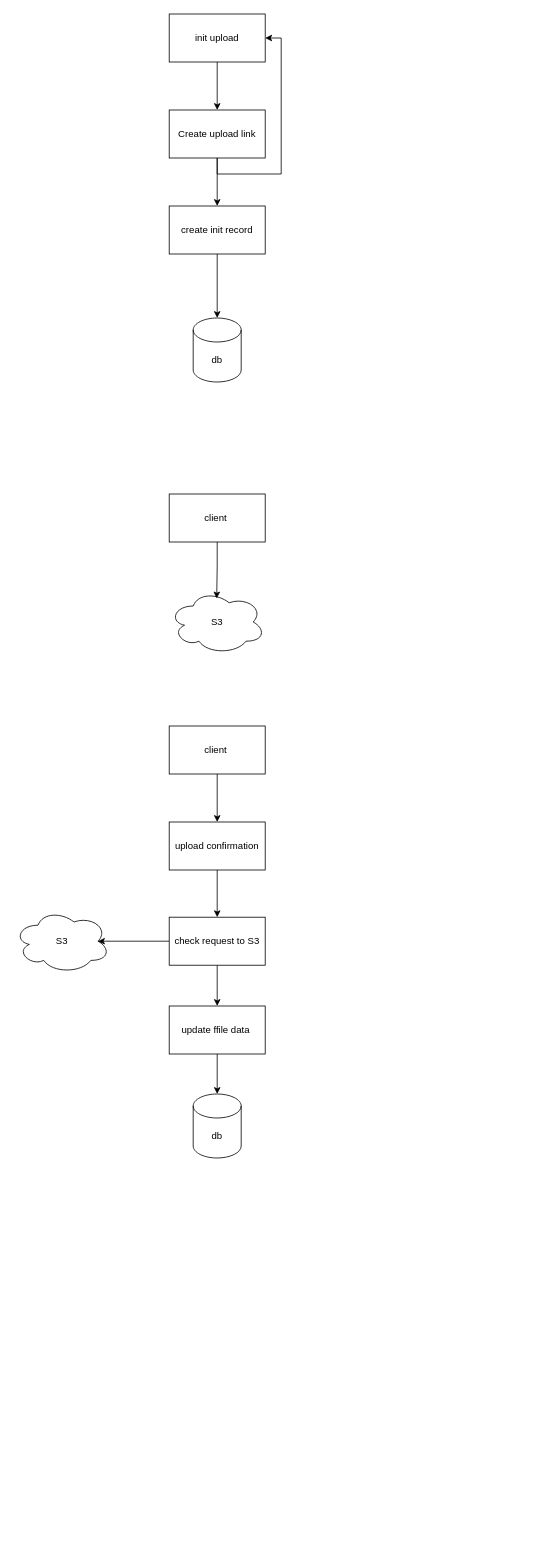
arturious9090/pet-project-Saas-hosting keeps this draw.io diagram as page "Сторінка-2" (2 of 2) of Діаграма без назви.drawio. Above is the earlier version. Source tidied: cells renumbered, new cells numbered last; positions are measured from the earlier drawing's top-left corner, leaving out a move shared by most shapes. Both pictures are drawn from the tidied source at 80%, with x=0, y=0 at pixel (14, 14).
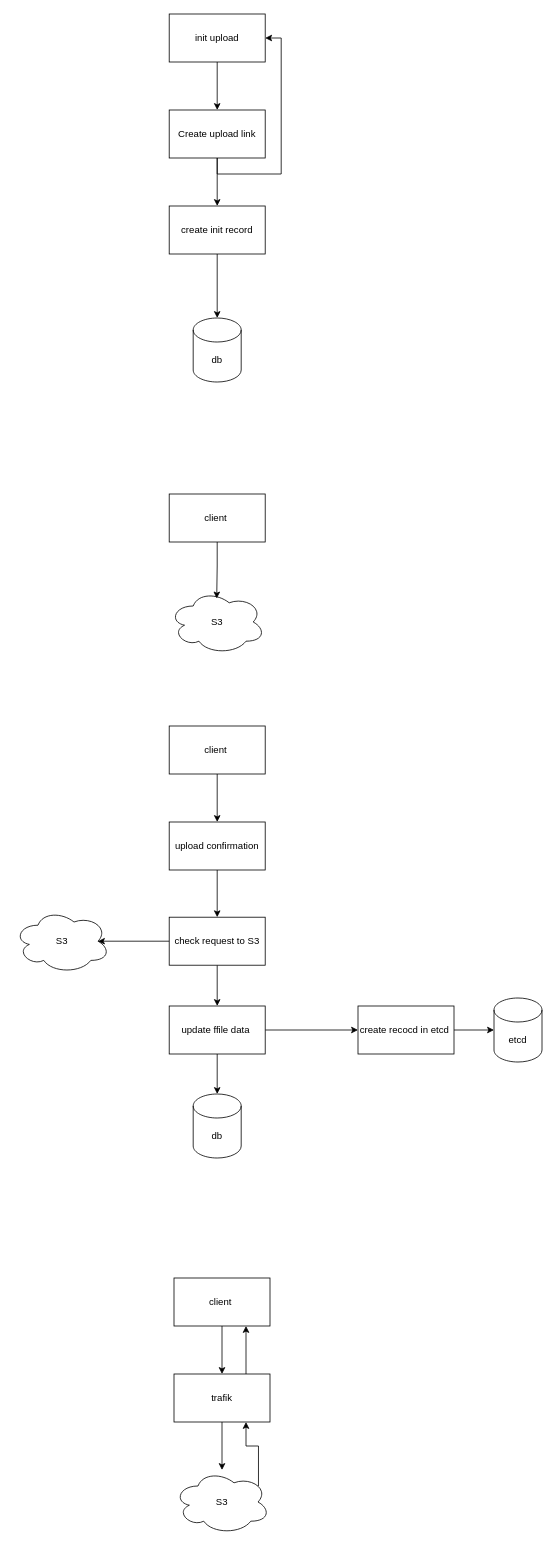
After the change.

The change refers to these unchanged cells:
```xml
<mxCell id="21" value="update ffile data&amp;nbsp;" style="rounded=0;whiteSpace=wrap;html=1;" parent="1" vertex="1">
  <mxGeometry x="194" y="1240" width="120" height="60" as="geometry" />
</mxCell>
```

Diff of the diagram source:
```diff
@@
+    <mxCell id="24" style="edgeStyle=orthogonalEdgeStyle;rounded=0;jettySize=auto;html=1;exitX=1;exitY=0.5;exitDx=0;exitDy=0;entryX=0;entryY=0.5;entryDx=0;entryDy=0;" parent="1" edge="1" source="21" target="25">
+      <mxGeometry relative="1" as="geometry" />
+    </mxCell>
@@
+    <mxCell id="25" value="create recocd in etcd&amp;nbsp;" style="rounded=0;whiteSpace=wrap;html=1;" parent="1" vertex="1">
+      <mxGeometry x="430" y="1240" width="120" height="60" as="geometry" />
+    </mxCell>
+    <mxCell id="26" value="etcd" style="shape=cylinder3;whiteSpace=wrap;html=1;boundedLbl=1;backgroundOutline=1;size=15;" parent="1" vertex="1">
+      <mxGeometry x="600" y="1230" width="60" height="80" as="geometry" />
+    </mxCell>
+    <mxCell id="27" style="edgeStyle=orthogonalEdgeStyle;rounded=0;jettySize=auto;html=1;exitX=1;exitY=0.5;exitDx=0;exitDy=0;entryX=0;entryY=0.5;entryDx=0;entryDy=0;entryPerimeter=0;" parent="1" edge="1" source="25" target="26">
+      <mxGeometry relative="1" as="geometry" />
+    </mxCell>
+    <mxCell id="28" style="edgeStyle=orthogonalEdgeStyle;rounded=0;jettySize=auto;html=1;exitX=0.5;exitY=1;exitDx=0;exitDy=0;entryX=0.5;entryY=0;entryDx=0;entryDy=0;" parent="1" edge="1" source="29" target="32">
+      <mxGeometry relative="1" as="geometry" />
+    </mxCell>
+    <mxCell id="29" value="client&amp;nbsp;" style="rounded=0;whiteSpace=wrap;html=1;" parent="1" vertex="1">
+      <mxGeometry x="200" y="1580" width="120" height="60" as="geometry" />
+    </mxCell>
+    <mxCell id="30" style="edgeStyle=orthogonalEdgeStyle;rounded=0;jettySize=auto;html=1;exitX=0.5;exitY=1;exitDx=0;exitDy=0;" parent="1" edge="1" source="32" target="34">
+      <mxGeometry relative="1" as="geometry" />
+    </mxCell>
+    <mxCell id="31" style="edgeStyle=orthogonalEdgeStyle;rounded=0;jettySize=auto;html=1;exitX=0.75;exitY=0;exitDx=0;exitDy=0;entryX=0.75;entryY=1;entryDx=0;entryDy=0;" parent="1" edge="1" source="32" target="29">
+      <mxGeometry relative="1" as="geometry" />
+    </mxCell>
+    <mxCell id="32" value="trafik" style="rounded=0;whiteSpace=wrap;html=1;" parent="1" vertex="1">
+      <mxGeometry x="200" y="1700" width="120" height="60" as="geometry" />
+    </mxCell>
+    <mxCell id="33" style="edgeStyle=orthogonalEdgeStyle;rounded=0;jettySize=auto;html=1;exitX=0.88;exitY=0.25;exitDx=0;exitDy=0;exitPerimeter=0;entryX=0.75;entryY=1;entryDx=0;entryDy=0;" parent="1" edge="1" source="34" target="32">
+      <mxGeometry relative="1" as="geometry" />
+    </mxCell>
+    <mxCell id="34" value="S3" style="ellipse;shape=cloud;whiteSpace=wrap;html=1;" parent="1" vertex="1">
+      <mxGeometry x="200" y="1820" width="120" height="80" as="geometry" />
+    </mxCell>
```
